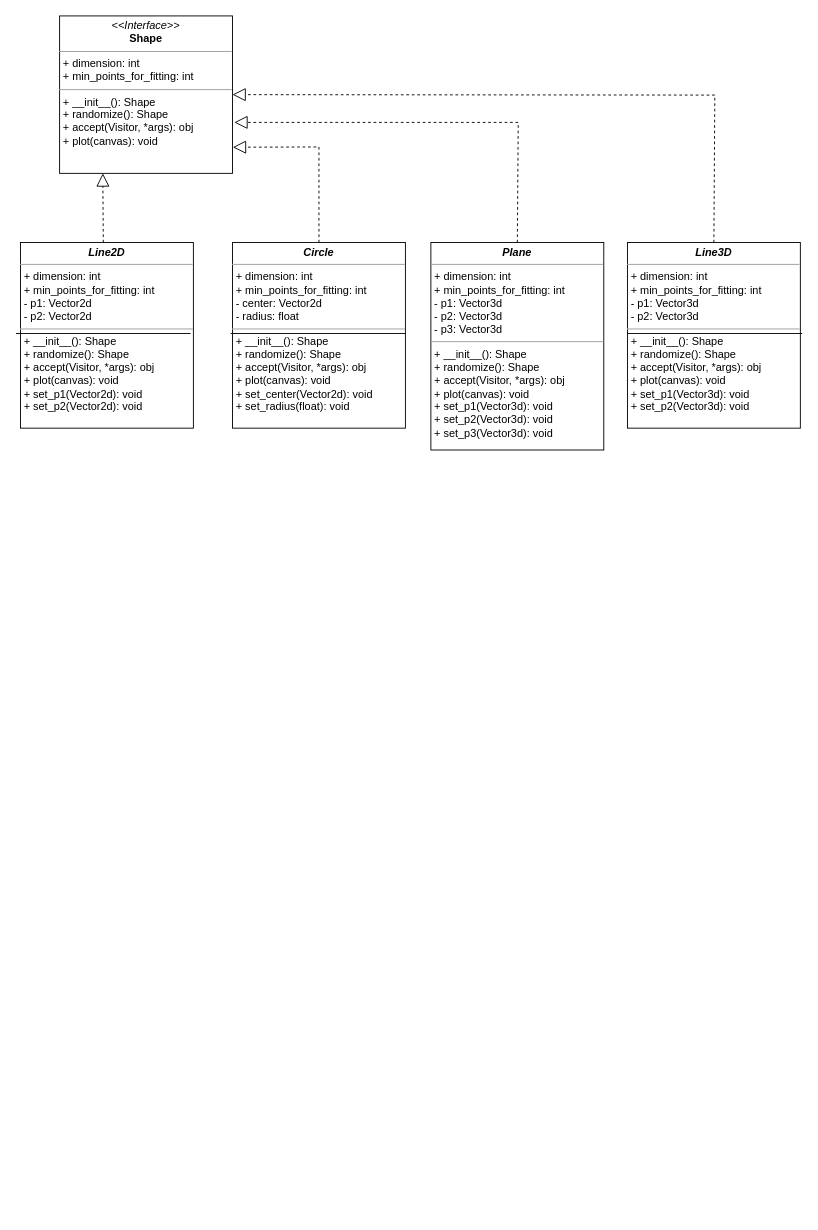
Above: Untitled Diagram.drawio in Reznic/BriefcamInterview (draw.io), before the change. Source tidied: cells renumbered, new cells numbered last; positions are measured from the earlier drawing's top-left corner, leaving out a move shared by most shapes. Both pictures are drawn from the tidied source at 91%, with x=0, y=0 at pixel (15, 15).
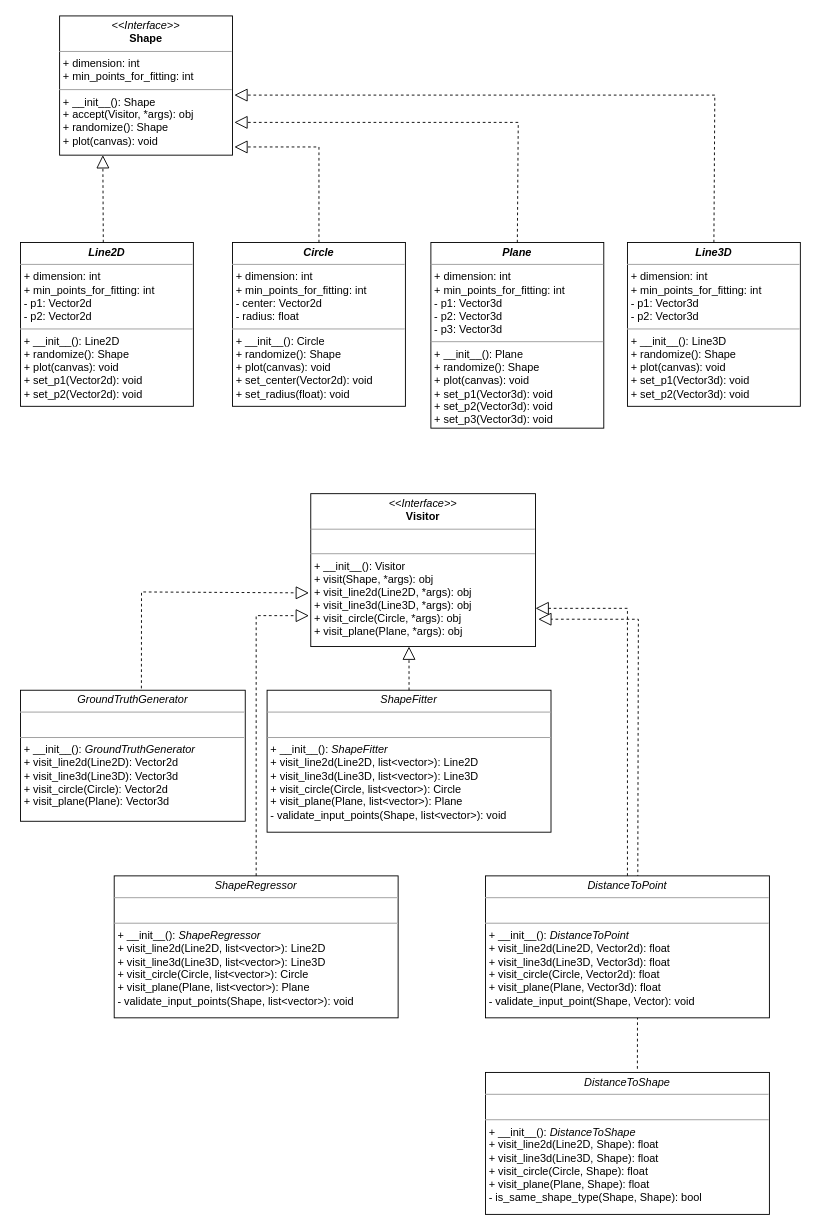
The same diagram, later.

Commit message:
Added all shape operation classes to uml design

What changed in the source:
```diff
@@
-    <mxCell id="5" value="&lt;p style=&quot;margin: 0px ; margin-top: 4px ; text-align: center&quot;&gt;&lt;i&gt;&amp;lt;&amp;lt;Interface&amp;gt;&amp;gt;&lt;/i&gt;&lt;br&gt;&lt;b&gt;Shape&lt;/b&gt;&lt;/p&gt;&lt;hr size=&quot;1&quot;&gt;&lt;p style=&quot;margin: 0px ; margin-left: 4px&quot;&gt;+ dimension&lt;span&gt;&lt;/span&gt;: int&lt;br&gt;+ min_points_for_fitting: int&lt;/p&gt;&lt;hr size=&quot;1&quot;&gt;&lt;p style=&quot;margin: 0px ; margin-left: 4px&quot;&gt;+ __init__&lt;span&gt;&lt;/span&gt;(): Shape&lt;br&gt;+ randomize(): Shape&lt;/p&gt;&lt;p style=&quot;margin: 0px ; margin-left: 4px&quot;&gt;+ accept(Visitor, *args): obj&lt;/p&gt;&lt;p style=&quot;margin: 0px ; margin-left: 4px&quot;&gt;+ plot(canvas): void&lt;br&gt;&lt;/p&gt;" style="verticalAlign=top;align=left;overflow=fill;fontSize=12;fontFamily=Helvetica;html=1;rounded=0;shadow=0;comic=0;labelBackgroundColor=none;strokeWidth=1;" parent="1" vertex="1">
-      <mxGeometry x="48" width="190" height="173" as="geometry" />
+    <mxCell id="5" value="&lt;p style=&quot;margin: 0px ; margin-top: 4px ; text-align: center&quot;&gt;&lt;i&gt;&amp;lt;&amp;lt;Interface&amp;gt;&amp;gt;&lt;/i&gt;&lt;br&gt;&lt;b&gt;Shape&lt;/b&gt;&lt;/p&gt;&lt;hr size=&quot;1&quot;&gt;&lt;p style=&quot;margin: 0px ; margin-left: 4px&quot;&gt;+ dimension&lt;span&gt;&lt;/span&gt;: int&lt;br&gt;+ min_points_for_fitting: int&lt;/p&gt;&lt;hr size=&quot;1&quot;&gt;&lt;p style=&quot;margin: 0px ; margin-left: 4px&quot;&gt;+ __init__&lt;span&gt;&lt;/span&gt;(): Shape&lt;/p&gt;&lt;p style=&quot;margin: 0px ; margin-left: 4px&quot;&gt;+ accept(Visitor, *args): obj&lt;/p&gt;&lt;p style=&quot;margin: 0px ; margin-left: 4px&quot;&gt;+ randomize(): Shape&lt;/p&gt;&lt;p style=&quot;margin: 0px ; margin-left: 4px&quot;&gt;+ plot(canvas): void&lt;br&gt;&lt;/p&gt;" style="verticalAlign=top;align=left;overflow=fill;fontSize=12;fontFamily=Helvetica;html=1;rounded=0;shadow=0;comic=0;labelBackgroundColor=none;strokeWidth=1;" parent="1" vertex="1">
+      <mxGeometry x="48" width="190" height="153" as="geometry" />
     </mxCell>
-    <mxCell id="6" value="&lt;p style=&quot;margin: 0px ; margin-top: 4px ; text-align: center&quot;&gt;&lt;i&gt;&lt;b&gt;Line2D&lt;/b&gt;&lt;/i&gt;&lt;b&gt;&lt;/b&gt;&lt;/p&gt;&lt;hr size=&quot;1&quot;&gt;&lt;p style=&quot;margin: 0px ; margin-left: 4px&quot;&gt;+ dimension&lt;span&gt;&lt;/span&gt;: int&lt;br&gt;+ min_points_for_fitting: int&lt;/p&gt;&lt;p style=&quot;margin: 0px ; margin-left: 4px&quot;&gt;- p1: Vector2d&lt;/p&gt;&lt;p style=&quot;margin: 0px ; margin-left: 4px&quot;&gt;- p2: Vector2d&lt;/p&gt;&lt;hr size=&quot;1&quot;&gt;&lt;p style=&quot;margin: 0px ; margin-left: 4px&quot;&gt;+ __init__&lt;span&gt;&lt;/span&gt;(): Shape&lt;br&gt;+ randomize(): Shape&lt;/p&gt;&lt;p style=&quot;margin: 0px ; margin-left: 4px&quot;&gt;+ accept(Visitor, *args): obj&lt;/p&gt;&lt;p style=&quot;margin: 0px ; margin-left: 4px&quot;&gt;+ plot(canvas): void&lt;/p&gt;&lt;p style=&quot;margin: 0px ; margin-left: 4px&quot;&gt;+ set_p1(Vector2d): void&lt;/p&gt;&lt;p style=&quot;margin: 0px ; margin-left: 4px&quot;&gt;+ set_p2(Vector2d): void&lt;/p&gt;" style="verticalAlign=top;align=left;overflow=fill;fontSize=12;fontFamily=Helvetica;html=1;rounded=0;shadow=0;comic=0;labelBackgroundColor=none;strokeWidth=1;" parent="1" vertex="1">
-      <mxGeometry x="5" y="249" width="190" height="204" as="geometry" />
+    <mxCell id="6" value="&lt;p style=&quot;margin: 0px ; margin-top: 4px ; text-align: center&quot;&gt;&lt;i&gt;&lt;b&gt;Line2D&lt;/b&gt;&lt;/i&gt;&lt;b&gt;&lt;/b&gt;&lt;/p&gt;&lt;hr size=&quot;1&quot;&gt;&lt;p style=&quot;margin: 0px ; margin-left: 4px&quot;&gt;+ dimension&lt;span&gt;&lt;/span&gt;: int&lt;br&gt;+ min_points_for_fitting: int&lt;/p&gt;&lt;p style=&quot;margin: 0px ; margin-left: 4px&quot;&gt;- p1: Vector2d&lt;/p&gt;&lt;p style=&quot;margin: 0px ; margin-left: 4px&quot;&gt;- p2: Vector2d&lt;/p&gt;&lt;hr size=&quot;1&quot;&gt;&lt;p style=&quot;margin: 0px ; margin-left: 4px&quot;&gt;+ __init__&lt;span&gt;&lt;/span&gt;(): Line2D&lt;br&gt;+ randomize(): Shape&lt;/p&gt;&lt;p style=&quot;margin: 0px ; margin-left: 4px&quot;&gt;+ plot(canvas): void&lt;/p&gt;&lt;p style=&quot;margin: 0px ; margin-left: 4px&quot;&gt;+ set_p1(Vector2d): void&lt;/p&gt;&lt;p style=&quot;margin: 0px ; margin-left: 4px&quot;&gt;+ set_p2(Vector2d): void&lt;/p&gt;" style="verticalAlign=top;align=left;overflow=fill;fontSize=12;fontFamily=Helvetica;html=1;rounded=0;shadow=0;comic=0;labelBackgroundColor=none;strokeWidth=1;" parent="1" vertex="1">
+      <mxGeometry x="5" y="249" width="190" height="180" as="geometry" />
     </mxCell>
@@
-    <mxCell id="8" value="&lt;p style=&quot;margin: 0px ; margin-top: 4px ; text-align: center&quot;&gt;&lt;i&gt;&lt;b&gt;Circle&lt;/b&gt;&lt;/i&gt;&lt;br&gt;&lt;/p&gt;&lt;hr size=&quot;1&quot;&gt;&lt;p style=&quot;margin: 0px ; margin-left: 4px&quot;&gt;+ dimension&lt;span&gt;&lt;/span&gt;: int&lt;br&gt;+ min_points_for_fitting: int&lt;/p&gt;&lt;p style=&quot;margin: 0px ; margin-left: 4px&quot;&gt;- center: Vector2d&lt;/p&gt;&lt;p style=&quot;margin: 0px ; margin-left: 4px&quot;&gt;- radius: float&lt;br&gt;&lt;/p&gt;&lt;hr size=&quot;1&quot;&gt;&lt;p style=&quot;margin: 0px ; margin-left: 4px&quot;&gt;+ __init__&lt;span&gt;&lt;/span&gt;(): Shape&lt;br&gt;+ randomize(): Shape&lt;/p&gt;&lt;p style=&quot;margin: 0px ; margin-left: 4px&quot;&gt;+ accept(Visitor, *args): obj&lt;/p&gt;&lt;p style=&quot;margin: 0px ; margin-left: 4px&quot;&gt;+ plot(canvas): void&lt;/p&gt;&lt;p style=&quot;margin: 0px ; margin-left: 4px&quot;&gt;+ set_center(Vector2d): void&lt;/p&gt;&lt;p style=&quot;margin: 0px ; margin-left: 4px&quot;&gt;+ set_radius(float): void&lt;/p&gt;" style="verticalAlign=top;align=left;overflow=fill;fontSize=12;fontFamily=Helvetica;html=1;rounded=0;shadow=0;comic=0;labelBackgroundColor=none;strokeWidth=1;" parent="1" vertex="1">
-      <mxGeometry x="238" y="249" width="190" height="204" as="geometry" />
+    <mxCell id="8" value="&lt;p style=&quot;margin: 0px ; margin-top: 4px ; text-align: center&quot;&gt;&lt;i&gt;&lt;b&gt;Circle&lt;/b&gt;&lt;/i&gt;&lt;br&gt;&lt;/p&gt;&lt;hr size=&quot;1&quot;&gt;&lt;p style=&quot;margin: 0px ; margin-left: 4px&quot;&gt;+ dimension&lt;span&gt;&lt;/span&gt;: int&lt;br&gt;+ min_points_for_fitting: int&lt;/p&gt;&lt;p style=&quot;margin: 0px ; margin-left: 4px&quot;&gt;- center: Vector2d&lt;/p&gt;&lt;p style=&quot;margin: 0px ; margin-left: 4px&quot;&gt;- radius: float&lt;br&gt;&lt;/p&gt;&lt;hr size=&quot;1&quot;&gt;&lt;p style=&quot;margin: 0px ; margin-left: 4px&quot;&gt;+ __init__&lt;span&gt;&lt;/span&gt;(): Circle&lt;br&gt;+ randomize(): Shape&lt;/p&gt;&lt;p style=&quot;margin: 0px ; margin-left: 4px&quot;&gt;+ plot(canvas): void&lt;/p&gt;&lt;p style=&quot;margin: 0px ; margin-left: 4px&quot;&gt;+ set_center(Vector2d): void&lt;/p&gt;&lt;p style=&quot;margin: 0px ; margin-left: 4px&quot;&gt;+ set_radius(float): void&lt;/p&gt;" style="verticalAlign=top;align=left;overflow=fill;fontSize=12;fontFamily=Helvetica;html=1;rounded=0;shadow=0;comic=0;labelBackgroundColor=none;strokeWidth=1;" parent="1" vertex="1">
+      <mxGeometry x="238" y="249" width="190" height="180" as="geometry" />
     </mxCell>
-    <mxCell id="9" value="&lt;p style=&quot;margin: 0px ; margin-top: 4px ; text-align: center&quot;&gt;&lt;i&gt;&lt;b&gt;Plane&lt;/b&gt;&lt;/i&gt;&lt;/p&gt;&lt;hr size=&quot;1&quot;&gt;&lt;p style=&quot;margin: 0px ; margin-left: 4px&quot;&gt;+ dimension&lt;span&gt;&lt;/span&gt;: int&lt;br&gt;+ min_points_for_fitting: int&lt;/p&gt;&lt;p style=&quot;margin: 0px ; margin-left: 4px&quot;&gt;- p1: Vector3d&lt;/p&gt;&lt;p style=&quot;margin: 0px ; margin-left: 4px&quot;&gt;- p2: Vector3d&lt;/p&gt;&lt;p style=&quot;margin: 0px ; margin-left: 4px&quot;&gt;- p3: Vector3d&lt;/p&gt;&lt;hr size=&quot;1&quot;&gt;&lt;p style=&quot;margin: 0px ; margin-left: 4px&quot;&gt;+ __init__&lt;span&gt;&lt;/span&gt;(): Shape&lt;br&gt;+ randomize(): Shape&lt;/p&gt;&lt;p style=&quot;margin: 0px ; margin-left: 4px&quot;&gt;+ accept(Visitor, *args): obj&lt;/p&gt;&lt;p style=&quot;margin: 0px ; margin-left: 4px&quot;&gt;+ plot(canvas): void&lt;/p&gt;&lt;p style=&quot;margin: 0px ; margin-left: 4px&quot;&gt;+ set_p1(Vector3d): void&lt;/p&gt;&lt;p style=&quot;margin: 0px ; margin-left: 4px&quot;&gt;+ set_p2(Vector3d): void&lt;/p&gt;&lt;p style=&quot;margin: 0px ; margin-left: 4px&quot;&gt;+ set_p3(Vector3d): void&lt;/p&gt;" style="verticalAlign=top;align=left;overflow=fill;fontSize=12;fontFamily=Helvetica;html=1;rounded=0;shadow=0;comic=0;labelBackgroundColor=none;strokeWidth=1;" parent="1" vertex="1">
-      <mxGeometry x="456" y="249" width="190" height="228" as="geometry" />
+    <mxCell id="9" value="&lt;p style=&quot;margin: 0px ; margin-top: 4px ; text-align: center&quot;&gt;&lt;i&gt;&lt;b&gt;Plane&lt;/b&gt;&lt;/i&gt;&lt;/p&gt;&lt;hr size=&quot;1&quot;&gt;&lt;p style=&quot;margin: 0px ; margin-left: 4px&quot;&gt;+ dimension&lt;span&gt;&lt;/span&gt;: int&lt;br&gt;+ min_points_for_fitting: int&lt;/p&gt;&lt;p style=&quot;margin: 0px ; margin-left: 4px&quot;&gt;- p1: Vector3d&lt;/p&gt;&lt;p style=&quot;margin: 0px ; margin-left: 4px&quot;&gt;- p2: Vector3d&lt;/p&gt;&lt;p style=&quot;margin: 0px ; margin-left: 4px&quot;&gt;- p3: Vector3d&lt;/p&gt;&lt;hr size=&quot;1&quot;&gt;&lt;p style=&quot;margin: 0px ; margin-left: 4px&quot;&gt;+ __init__&lt;span&gt;&lt;/span&gt;(): Plane&lt;br&gt;+ randomize(): Shape&lt;/p&gt;&lt;p style=&quot;margin: 0px ; margin-left: 4px&quot;&gt;+ plot(canvas): void&lt;/p&gt;&lt;p style=&quot;margin: 0px ; margin-left: 4px&quot;&gt;+ set_p1(Vector3d): void&lt;/p&gt;&lt;p style=&quot;margin: 0px ; margin-left: 4px&quot;&gt;+ set_p2(Vector3d): void&lt;/p&gt;&lt;p style=&quot;margin: 0px ; margin-left: 4px&quot;&gt;+ set_p3(Vector3d): void&lt;/p&gt;" style="verticalAlign=top;align=left;overflow=fill;fontSize=12;fontFamily=Helvetica;html=1;rounded=0;shadow=0;comic=0;labelBackgroundColor=none;strokeWidth=1;" parent="1" vertex="1">
+      <mxGeometry x="456" y="249" width="190" height="204" as="geometry" />
     </mxCell>
-    <mxCell id="10" value="&lt;p style=&quot;margin: 0px ; margin-top: 4px ; text-align: center&quot;&gt;&lt;i&gt;&lt;b&gt;Line3D&lt;/b&gt;&lt;/i&gt;&lt;/p&gt;&lt;hr size=&quot;1&quot;&gt;&lt;p style=&quot;margin: 0px ; margin-left: 4px&quot;&gt;+ dimension&lt;span&gt;&lt;/span&gt;: int&lt;br&gt;+ min_points_for_fitting: int&lt;/p&gt;&lt;p style=&quot;margin: 0px ; margin-left: 4px&quot;&gt;- p1: Vector3d&lt;/p&gt;&lt;p style=&quot;margin: 0px ; margin-left: 4px&quot;&gt;- p2: Vector3d&lt;/p&gt;&lt;hr size=&quot;1&quot;&gt;&lt;p style=&quot;margin: 0px ; margin-left: 4px&quot;&gt;+ __init__&lt;span&gt;&lt;/span&gt;(): Shape&lt;br&gt;+ randomize(): Shape&lt;/p&gt;&lt;p style=&quot;margin: 0px ; margin-left: 4px&quot;&gt;+ accept(Visitor, *args): obj&lt;/p&gt;&lt;p style=&quot;margin: 0px ; margin-left: 4px&quot;&gt;+ plot(canvas): void&lt;/p&gt;&lt;p style=&quot;margin: 0px ; margin-left: 4px&quot;&gt;+ set_p1(Vector3d): void&lt;/p&gt;&lt;p style=&quot;margin: 0px ; margin-left: 4px&quot;&gt;+ set_p2(Vector3d): void&lt;/p&gt;" style="verticalAlign=top;align=left;overflow=fill;fontSize=12;fontFamily=Helvetica;html=1;rounded=0;shadow=0;comic=0;labelBackgroundColor=none;strokeWidth=1;" parent="1" vertex="1">
-      <mxGeometry x="672" y="249" width="190" height="204" as="geometry" />
+    <mxCell id="10" value="&lt;p style=&quot;margin: 0px ; margin-top: 4px ; text-align: center&quot;&gt;&lt;i&gt;&lt;b&gt;Line3D&lt;/b&gt;&lt;/i&gt;&lt;/p&gt;&lt;hr size=&quot;1&quot;&gt;&lt;p style=&quot;margin: 0px ; margin-left: 4px&quot;&gt;+ dimension&lt;span&gt;&lt;/span&gt;: int&lt;br&gt;+ min_points_for_fitting: int&lt;/p&gt;&lt;p style=&quot;margin: 0px ; margin-left: 4px&quot;&gt;- p1: Vector3d&lt;/p&gt;&lt;p style=&quot;margin: 0px ; margin-left: 4px&quot;&gt;- p2: Vector3d&lt;/p&gt;&lt;hr size=&quot;1&quot;&gt;&lt;p style=&quot;margin: 0px ; margin-left: 4px&quot;&gt;+ __init__&lt;span&gt;&lt;/span&gt;(): Line3D&lt;br&gt;+ randomize(): Shape&lt;/p&gt;&lt;p style=&quot;margin: 0px ; margin-left: 4px&quot;&gt;+ plot(canvas): void&lt;/p&gt;&lt;p style=&quot;margin: 0px ; margin-left: 4px&quot;&gt;+ set_p1(Vector3d): void&lt;/p&gt;&lt;p style=&quot;margin: 0px ; margin-left: 4px&quot;&gt;+ set_p2(Vector3d): void&lt;/p&gt;" style="verticalAlign=top;align=left;overflow=fill;fontSize=12;fontFamily=Helvetica;html=1;rounded=0;shadow=0;comic=0;labelBackgroundColor=none;strokeWidth=1;" parent="1" vertex="1">
+      <mxGeometry x="672" y="249" width="190" height="180" as="geometry" />
     </mxCell>
-    <mxCell id="11" style="endArrow=block;dashed=1;endFill=0;endSize=12;html=1;rounded=0;entryX=1.002;entryY=0.834;entryDx=0;entryDy=0;exitX=0.5;exitY=0;exitDx=0;exitDy=0;entryPerimeter=0;" parent="1" edge="1" source="8" target="5">
+    <mxCell id="11" style="endArrow=block;dashed=1;endFill=0;endSize=12;html=1;rounded=0;exitX=0.5;exitY=0;exitDx=0;exitDy=0;" parent="1" edge="1" source="8">
       <mxGeometry relative="1" as="geometry">
+        <mxPoint x="240" y="144" as="targetPoint" />
         <Array as="points">
           <mxPoint x="333" y="144" />
         </Array>
       </mxGeometry>
     </mxCell>
@@
-    <mxCell id="13" style="endArrow=block;dashed=1;endFill=0;endSize=12;html=1;rounded=0;entryX=1;entryY=0.5;entryDx=0;entryDy=0;exitX=0.5;exitY=0;exitDx=0;exitDy=0;" parent="1" edge="1" source="10" target="5">
+    <mxCell id="13" style="endArrow=block;dashed=1;endFill=0;endSize=12;html=1;rounded=0;exitX=0.5;exitY=0;exitDx=0;exitDy=0;" parent="1" edge="1" source="10">
       <mxGeometry relative="1" as="geometry">
+        <mxPoint x="240" y="87" as="targetPoint" />
         <Array as="points">
           <mxPoint x="768" y="87" />
         </Array>
       </mxGeometry>
     </mxCell>
-    <mxCell id="14" style="line;strokeWidth=1;fillColor=none;align=left;verticalAlign=middle;spacingTop=-1;spacingLeft=3;spacingRight=3;labelPosition=right;" parent="1" vertex="1">
-      <mxGeometry y="345" width="192" height="8" as="geometry" />
-    </mxCell>
-    <mxCell id="15" style="line;strokeWidth=1;fillColor=none;align=left;verticalAlign=middle;spacingTop=-1;spacingLeft=3;spacingRight=3;labelPosition=right;" parent="1" vertex="1">
-      <mxGeometry x="236" y="345" width="192" height="8" as="geometry" />
-    </mxCell>
-    <mxCell id="16" style="line;strokeWidth=1;fillColor=none;align=left;verticalAlign=middle;spacingTop=-1;spacingLeft=3;spacingRight=3;labelPosition=right;" parent="1" vertex="1">
-      <mxGeometry x="672" y="345" width="192" height="8" as="geometry" />
-    </mxCell>
+    <mxCell id="17" value="&lt;p style=&quot;margin: 0px ; margin-top: 4px ; text-align: center&quot;&gt;&lt;i&gt;&amp;lt;&amp;lt;Interface&amp;gt;&amp;gt;&lt;/i&gt;&lt;br&gt;&lt;b&gt;Visitor&lt;/b&gt;&lt;/p&gt;&lt;hr size=&quot;1&quot;&gt;&lt;p style=&quot;margin: 0px ; margin-left: 4px&quot;&gt;&lt;br&gt;&lt;/p&gt;&lt;hr size=&quot;1&quot;&gt;&lt;p style=&quot;margin: 0px ; margin-left: 4px&quot;&gt;+ __init__&lt;span&gt;&lt;/span&gt;(): Visitor&lt;/p&gt;&lt;p style=&quot;margin: 0px ; margin-left: 4px&quot;&gt;+ visit(Shape, *args): obj&lt;br&gt;&lt;/p&gt;&lt;p style=&quot;margin: 0px ; margin-left: 4px&quot;&gt;+ visit_line2d(Line2D, *args): obj&lt;br&gt;&lt;/p&gt;&lt;p style=&quot;margin: 0px ; margin-left: 4px&quot;&gt;+ visit_line3d(Line3D, *args): obj&lt;/p&gt;&lt;p style=&quot;margin: 0px ; margin-left: 4px&quot;&gt;+ visit_circle(Circle, *args): obj&lt;/p&gt;&lt;p style=&quot;margin: 0px ; margin-left: 4px&quot;&gt;+ visit_plane(Plane, *args): obj&lt;/p&gt;" style="verticalAlign=top;align=left;overflow=fill;fontSize=12;fontFamily=Helvetica;html=1;rounded=0;shadow=0;comic=0;labelBackgroundColor=none;strokeWidth=1;" parent="1" vertex="1">
+      <mxGeometry x="324" y="525" width="247" height="168" as="geometry" />
+    </mxCell>
+    <mxCell id="18" value="&lt;p style=&quot;margin: 0px ; margin-top: 4px ; text-align: center&quot;&gt;&lt;i&gt;GroundTruthGenerator&lt;/i&gt;&lt;br&gt;&lt;/p&gt;&lt;hr size=&quot;1&quot;&gt;&lt;p style=&quot;margin: 0px ; margin-left: 4px&quot;&gt;&lt;br&gt;&lt;/p&gt;&lt;hr size=&quot;1&quot;&gt;&lt;p style=&quot;margin: 0px ; margin-left: 4px&quot;&gt;+ __init__&lt;span&gt;&lt;/span&gt;(): &lt;i&gt;GroundTruthGenerator&lt;/i&gt;&lt;/p&gt;&lt;p style=&quot;margin: 0px ; margin-left: 4px&quot;&gt;+ visit_line2d(Line2D): Vector2d&lt;br&gt;&lt;/p&gt;&lt;p style=&quot;margin: 0px ; margin-left: 4px&quot;&gt;+ visit_line3d(Line3D): Vector3d&lt;br&gt;&lt;/p&gt;&lt;p style=&quot;margin: 0px ; margin-left: 4px&quot;&gt;+ visit_circle(Circle): Vector2d&lt;/p&gt;&lt;p style=&quot;margin: 0px ; margin-left: 4px&quot;&gt;+ visit_plane(Plane): Vector3d&lt;/p&gt;" style="verticalAlign=top;align=left;overflow=fill;fontSize=12;fontFamily=Helvetica;html=1;rounded=0;shadow=0;comic=0;labelBackgroundColor=none;strokeWidth=1;" parent="1" vertex="1">
+      <mxGeometry x="5" y="741" width="247" height="144" as="geometry" />
+    </mxCell>
+    <mxCell id="19" value="&lt;p style=&quot;margin: 0px ; margin-top: 4px ; text-align: center&quot;&gt;&lt;i&gt;ShapeFitter&lt;/i&gt;&lt;br&gt;&lt;/p&gt;&lt;hr size=&quot;1&quot;&gt;&lt;p style=&quot;margin: 0px ; margin-left: 4px&quot;&gt;&lt;br&gt;&lt;/p&gt;&lt;hr size=&quot;1&quot;&gt;&lt;p style=&quot;margin: 0px ; margin-left: 4px&quot;&gt;+ __init__&lt;span&gt;&lt;/span&gt;(): &lt;i&gt;ShapeFitter&lt;/i&gt;&lt;/p&gt;&lt;p style=&quot;margin: 0px ; margin-left: 4px&quot;&gt;+ visit_line2d(Line2D, list&amp;lt;vector&amp;gt;): Line2D&lt;br&gt;&lt;/p&gt;&lt;p style=&quot;margin: 0px ; margin-left: 4px&quot;&gt;+ visit_line3d(Line3D, list&amp;lt;vector&amp;gt;): Line3D&lt;/p&gt;&lt;p style=&quot;margin: 0px ; margin-left: 4px&quot;&gt;+ visit_circle(Circle, list&amp;lt;vector&amp;gt;): Circle&lt;/p&gt;&lt;p style=&quot;margin: 0px ; margin-left: 4px&quot;&gt;+ visit_plane(Plane, list&amp;lt;vector&amp;gt;): Plane&lt;/p&gt;&lt;p style=&quot;margin: 0px ; margin-left: 4px&quot;&gt;- validate_input_points(Shape, list&amp;lt;vector&amp;gt;): void&lt;br&gt;&lt;/p&gt;" style="verticalAlign=top;align=left;overflow=fill;fontSize=12;fontFamily=Helvetica;html=1;rounded=0;shadow=0;comic=0;labelBackgroundColor=none;strokeWidth=1;" parent="1" vertex="1">
+      <mxGeometry x="276" y="741" width="312" height="156" as="geometry" />
+    </mxCell>
+    <mxCell id="20" value="&lt;p style=&quot;margin: 0px ; margin-top: 4px ; text-align: center&quot;&gt;&lt;i&gt;ShapeRegressor&lt;/i&gt;&lt;br&gt;&lt;/p&gt;&lt;hr size=&quot;1&quot;&gt;&lt;p style=&quot;margin: 0px ; margin-left: 4px&quot;&gt;&lt;br&gt;&lt;/p&gt;&lt;hr size=&quot;1&quot;&gt;&lt;p style=&quot;margin: 0px ; margin-left: 4px&quot;&gt;+ __init__&lt;span&gt;&lt;/span&gt;(): &lt;i&gt;ShapeRegressor&lt;/i&gt;&lt;/p&gt;&lt;p style=&quot;margin: 0px ; margin-left: 4px&quot;&gt;+ visit_line2d(Line2D, list&amp;lt;vector&amp;gt;): Line2D&lt;br&gt;&lt;/p&gt;&lt;p style=&quot;margin: 0px ; margin-left: 4px&quot;&gt;+ visit_line3d(Line3D, list&amp;lt;vector&amp;gt;): Line3D&lt;/p&gt;&lt;p style=&quot;margin: 0px ; margin-left: 4px&quot;&gt;+ visit_circle(Circle, list&amp;lt;vector&amp;gt;): Circle&lt;/p&gt;&lt;p style=&quot;margin: 0px ; margin-left: 4px&quot;&gt;+ visit_plane(Plane, list&amp;lt;vector&amp;gt;): Plane&lt;/p&gt;&lt;p style=&quot;margin: 0px ; margin-left: 4px&quot;&gt;- validate_input_points(Shape, list&amp;lt;vector&amp;gt;): void&lt;br&gt;&lt;/p&gt;" style="verticalAlign=top;align=left;overflow=fill;fontSize=12;fontFamily=Helvetica;html=1;rounded=0;shadow=0;comic=0;labelBackgroundColor=none;strokeWidth=1;" parent="1" vertex="1">
+      <mxGeometry x="108" y="945" width="312" height="156" as="geometry" />
+    </mxCell>
+    <mxCell id="21" style="endArrow=block;dashed=1;endFill=0;endSize=12;html=1;rounded=0;exitX=0.479;exitY=0;exitDx=0;exitDy=0;exitPerimeter=0;entryX=0.437;entryY=1;entryDx=0;entryDy=0;entryPerimeter=0;" parent="1" edge="1" target="17">
+      <mxGeometry relative="1" as="geometry">
+        <mxPoint x="432" y="741" as="sourcePoint" />
+      </mxGeometry>
+    </mxCell>
+    <mxCell id="22" style="endArrow=block;dashed=1;endFill=0;endSize=12;html=1;rounded=0;exitX=0.538;exitY=-0.014;exitDx=0;exitDy=0;exitPerimeter=0;entryX=-0.008;entryY=0.649;entryDx=0;entryDy=0;entryPerimeter=0;" parent="1" edge="1" source="18" target="17">
+      <mxGeometry relative="1" as="geometry">
+        <Array as="points">
+          <mxPoint x="138" y="633" />
+        </Array>
+      </mxGeometry>
+    </mxCell>
+    <mxCell id="23" style="endArrow=block;dashed=1;endFill=0;endSize=12;html=1;rounded=0;exitX=0.5;exitY=0;exitDx=0;exitDy=0;entryX=-0.008;entryY=0.798;entryDx=0;entryDy=0;entryPerimeter=0;" parent="1" edge="1" source="20" target="17">
+      <mxGeometry relative="1" as="geometry">
+        <Array as="points">
+          <mxPoint x="264" y="659" />
+        </Array>
+      </mxGeometry>
+    </mxCell>
+    <mxCell id="24" style="endArrow=block;dashed=1;endFill=0;endSize=12;html=1;rounded=0;exitX=0.5;exitY=0;exitDx=0;exitDy=0;entryX=1;entryY=0.75;entryDx=0;entryDy=0;" parent="1" edge="1" source="27" target="17">
+      <mxGeometry relative="1" as="geometry">
+        <Array as="points">
+          <mxPoint x="672" y="651" />
+        </Array>
+      </mxGeometry>
+    </mxCell>
+    <mxCell id="25" value="&lt;p style=&quot;margin: 0px ; margin-top: 4px ; text-align: center&quot;&gt;&lt;i&gt;DistanceToShape&lt;/i&gt;&lt;br&gt;&lt;/p&gt;&lt;hr size=&quot;1&quot;&gt;&lt;p style=&quot;margin: 0px ; margin-left: 4px&quot;&gt;&lt;br&gt;&lt;/p&gt;&lt;hr size=&quot;1&quot;&gt;&lt;p style=&quot;margin: 0px ; margin-left: 4px&quot;&gt;+ __init__&lt;span&gt;&lt;/span&gt;(): &lt;i&gt;DistanceToShape&lt;/i&gt;&lt;/p&gt;&lt;p style=&quot;margin: 0px ; margin-left: 4px&quot;&gt;+ visit_line2d(Line2D, Shape): float&lt;br&gt;&lt;/p&gt;&lt;p style=&quot;margin: 0px ; margin-left: 4px&quot;&gt;+ visit_line3d(Line3D, Shape): float&lt;/p&gt;&lt;p style=&quot;margin: 0px ; margin-left: 4px&quot;&gt;+ visit_circle(Circle, Shape): float&lt;/p&gt;&lt;p style=&quot;margin: 0px ; margin-left: 4px&quot;&gt;+ visit_plane(Plane, Shape): float&lt;/p&gt;&lt;p style=&quot;margin: 0px ; margin-left: 4px&quot;&gt;- is_same_shape_type(Shape, Shape): bool&lt;br&gt;&lt;/p&gt;" style="verticalAlign=top;align=left;overflow=fill;fontSize=12;fontFamily=Helvetica;html=1;rounded=0;shadow=0;comic=0;labelBackgroundColor=none;strokeWidth=1;" parent="1" vertex="1">
+      <mxGeometry x="516" y="1161" width="312" height="156" as="geometry" />
+    </mxCell>
+    <mxCell id="26" style="endArrow=block;dashed=1;endFill=0;endSize=12;html=1;rounded=0;exitX=0.535;exitY=-0.026;exitDx=0;exitDy=0;entryX=1.012;entryY=0.821;entryDx=0;entryDy=0;exitPerimeter=0;entryPerimeter=0;" parent="1" edge="1" source="25" target="17">
+      <mxGeometry relative="1" as="geometry">
+        <Array as="points">
+          <mxPoint x="684" y="663" />
+        </Array>
+      </mxGeometry>
+    </mxCell>
+    <mxCell id="27" value="&lt;p style=&quot;margin: 0px ; margin-top: 4px ; text-align: center&quot;&gt;&lt;i&gt;DistanceToPoint&lt;/i&gt;&lt;br&gt;&lt;/p&gt;&lt;hr size=&quot;1&quot;&gt;&lt;p style=&quot;margin: 0px ; margin-left: 4px&quot;&gt;&lt;br&gt;&lt;/p&gt;&lt;hr size=&quot;1&quot;&gt;&lt;p style=&quot;margin: 0px ; margin-left: 4px&quot;&gt;+ __init__&lt;span&gt;&lt;/span&gt;(): &lt;i&gt;DistanceToPoint&lt;/i&gt;&lt;/p&gt;&lt;p style=&quot;margin: 0px ; margin-left: 4px&quot;&gt;+ visit_line2d(Line2D, Vector2d): float&lt;br&gt;&lt;/p&gt;&lt;p style=&quot;margin: 0px ; margin-left: 4px&quot;&gt;+ visit_line3d(Line3D, Vector3d): float&lt;/p&gt;&lt;p style=&quot;margin: 0px ; margin-left: 4px&quot;&gt;+ visit_circle(Circle, Vector2d): float&lt;/p&gt;&lt;p style=&quot;margin: 0px ; margin-left: 4px&quot;&gt;+ visit_plane(Plane, Vector3d): float&lt;/p&gt;&lt;p style=&quot;margin: 0px ; margin-left: 4px&quot;&gt;- validate_input_point(Shape, Vector): void&lt;br&gt;&lt;/p&gt;" style="verticalAlign=top;align=left;overflow=fill;fontSize=12;fontFamily=Helvetica;html=1;rounded=0;shadow=0;comic=0;labelBackgroundColor=none;strokeWidth=1;" parent="1" vertex="1">
+      <mxGeometry x="516" y="945" width="312" height="156" as="geometry" />
+    </mxCell>
```
